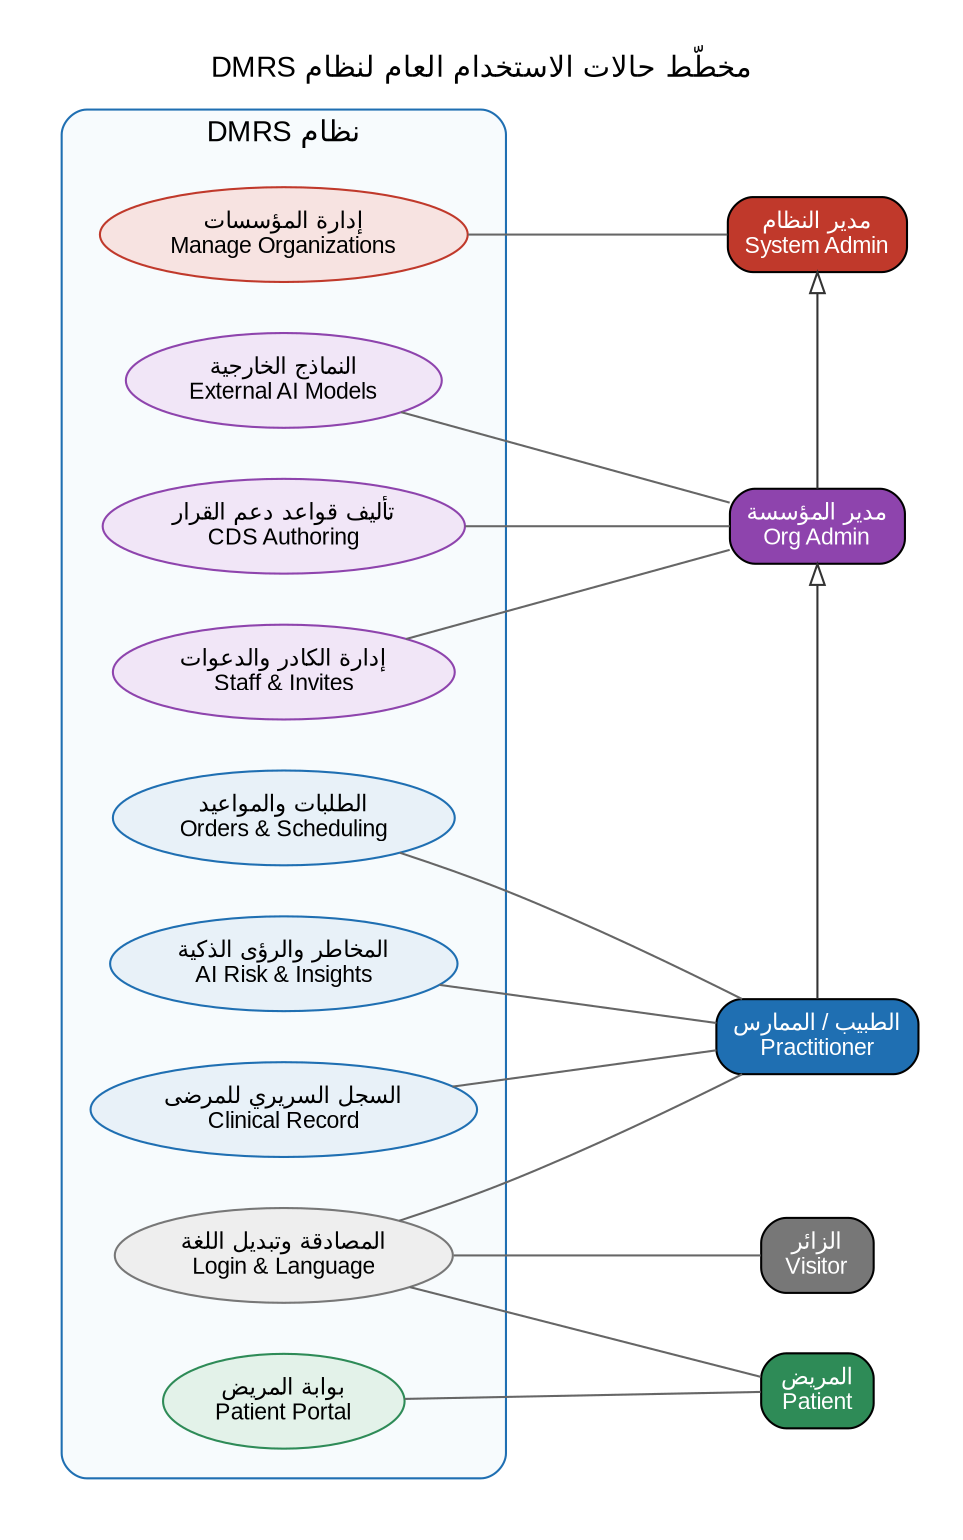
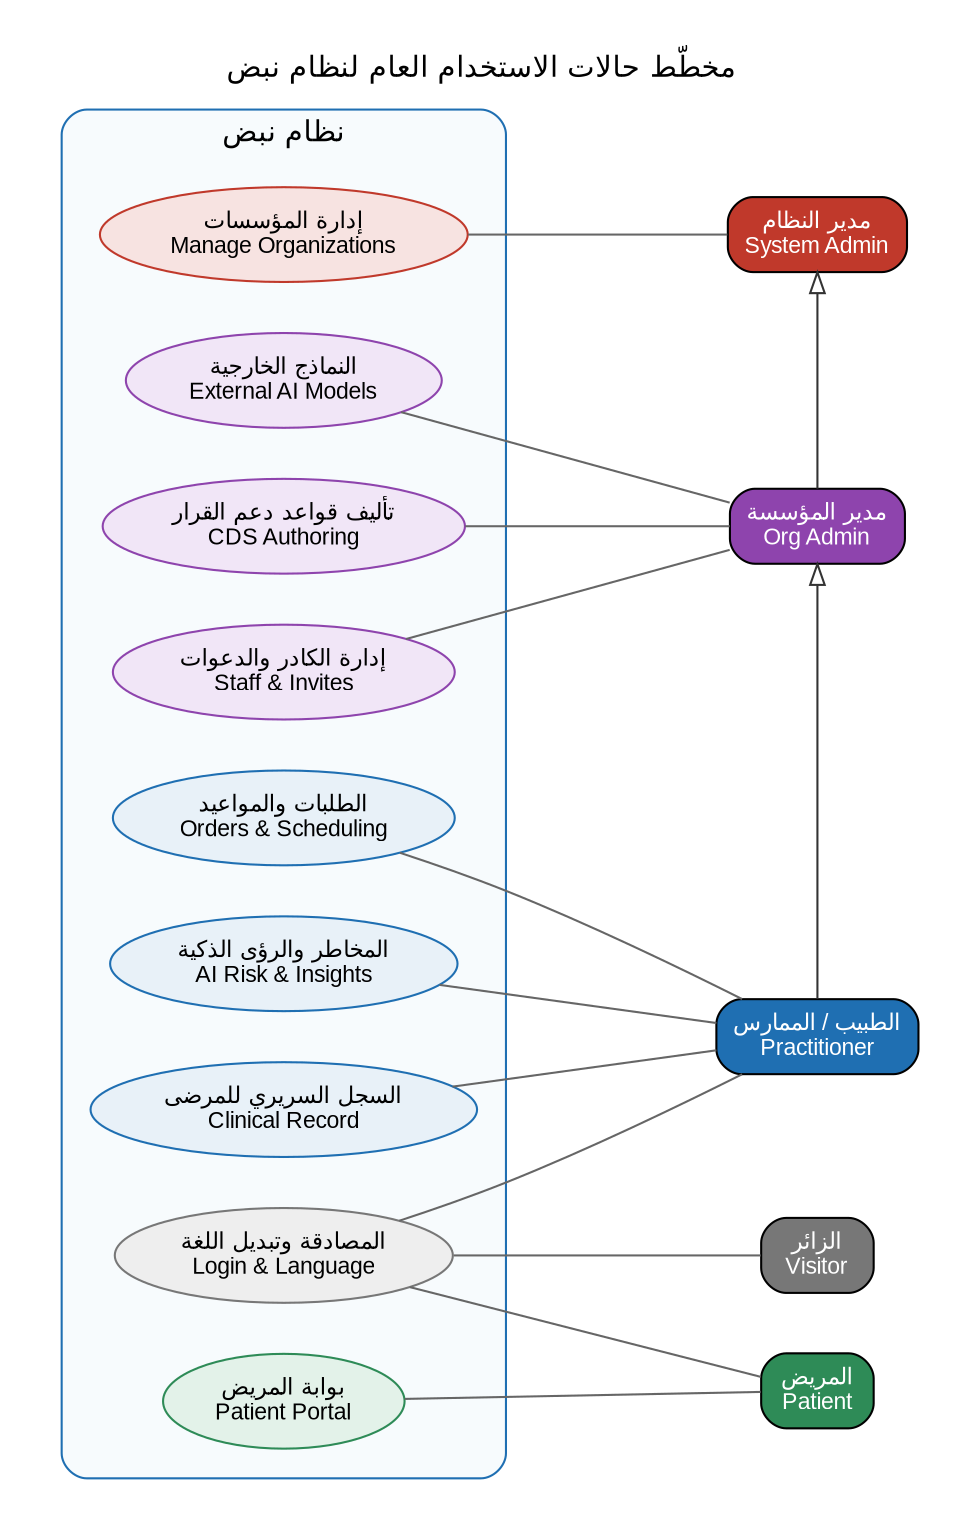
// Use-case OVERVIEW — all actors + capability groups (verified vs page [Authorize] roles)
// Generalization: System Admin ▷ Org Admin ▷ Practitioner.  Patient & Visitor are separate.
// Render: dot -Tpng usecase-overview.dot -o usecase-overview.png
digraph UC {
  rankdir=RL;
  graph [fontname="Arial", fontsize=14, labelloc="t",
-          label="مخطّط حالات الاستخدام العام لنظام DMRS", pad=0.3, nodesep=0.35, ranksep=1.6];
+          label="مخطّط حالات الاستخدام العام لنظام نبض", pad=0.3, nodesep=0.35, ranksep=1.6];
  node  [fontname="Arial", fontsize=11];
  edge  [fontname="Arial", fontsize=9, dir=none, color="#666666"];

  // ---- actors (right side) ----
  { rank=same;
    sysadmin [shape=box, style="rounded,filled", fillcolor="#C0392B", fontcolor="white", label="مدير النظام\nSystem Admin"];
    orgadmin [shape=box, style="rounded,filled", fillcolor="#8E44AD", fontcolor="white", label="مدير المؤسسة\nOrg Admin"];
    pract    [shape=box, style="rounded,filled", fillcolor="#1F6FB2", fontcolor="white", label="الطبيب / الممارس\nPractitioner"];
    patient  [shape=box, style="rounded,filled", fillcolor="#2E8B57", fontcolor="white", label="المريض\nPatient"];
    visitor  [shape=box, style="rounded,filled", fillcolor="#777777", fontcolor="white", label="الزائر\nVisitor"];
  }

  // actor generalization (hollow triangle points to parent)
  sysadmin -> orgadmin [dir=back, arrowtail=onormal, color="#333333", constraint=false];
  orgadmin -> pract    [dir=back, arrowtail=onormal, color="#333333", constraint=false];

  // ---- capability groups inside the system ----
  subgraph cluster_sys {
-     label="نظام DMRS"; fontname="Arial"; fontsize=14; style="rounded"; color="#1F6FB2"; bgcolor="#F7FBFD"; margin=14;
+     label="نظام نبض"; fontname="Arial"; fontsize=14; style="rounded"; color="#1F6FB2"; bgcolor="#F7FBFD"; margin=14;
    node [shape=ellipse, style=filled, color="#1F6FB2"];

    g_auth   [label="المصادقة وتبديل اللغة\nLogin & Language", fillcolor="#EEEEEE", color="#777777"];
    g_portal [label="بوابة المريض\nPatient Portal", fillcolor="#E3F2E9", color="#2E8B57"];
    g_clin   [label="السجل السريري للمرضى\nClinical Record", fillcolor="#E8F1F8"];
    g_orders [label="الطلبات والمواعيد\nOrders & Scheduling", fillcolor="#E8F1F8"];
    g_ai     [label="المخاطر والرؤى الذكية\nAI Risk & Insights", fillcolor="#E8F1F8"];
    g_staff  [label="إدارة الكادر والدعوات\nStaff & Invites", fillcolor="#F1E6F7", color="#8E44AD"];
    g_ext    [label="النماذج الخارجية\nExternal AI Models", fillcolor="#F1E6F7", color="#8E44AD"];
    g_cds    [label="تأليف قواعد دعم القرار\nCDS Authoring", fillcolor="#F1E6F7", color="#8E44AD"];
    g_orgs   [label="إدارة المؤسسات\nManage Organizations", fillcolor="#F7E3E1", color="#C0392B"];
  }

  // ---- access edges (per verified role authorization) ----
  visitor -> g_auth;
  patient -> { g_auth g_portal };
  pract   -> { g_auth g_clin g_orders g_ai };
  orgadmin-> { g_staff g_ext g_cds };    // CDS authoring is SYS+ORG; + inherited clinical/AI via generalization
  sysadmin-> { g_orgs };                 // + inherited everything (incl. CDS) via generalization
}
